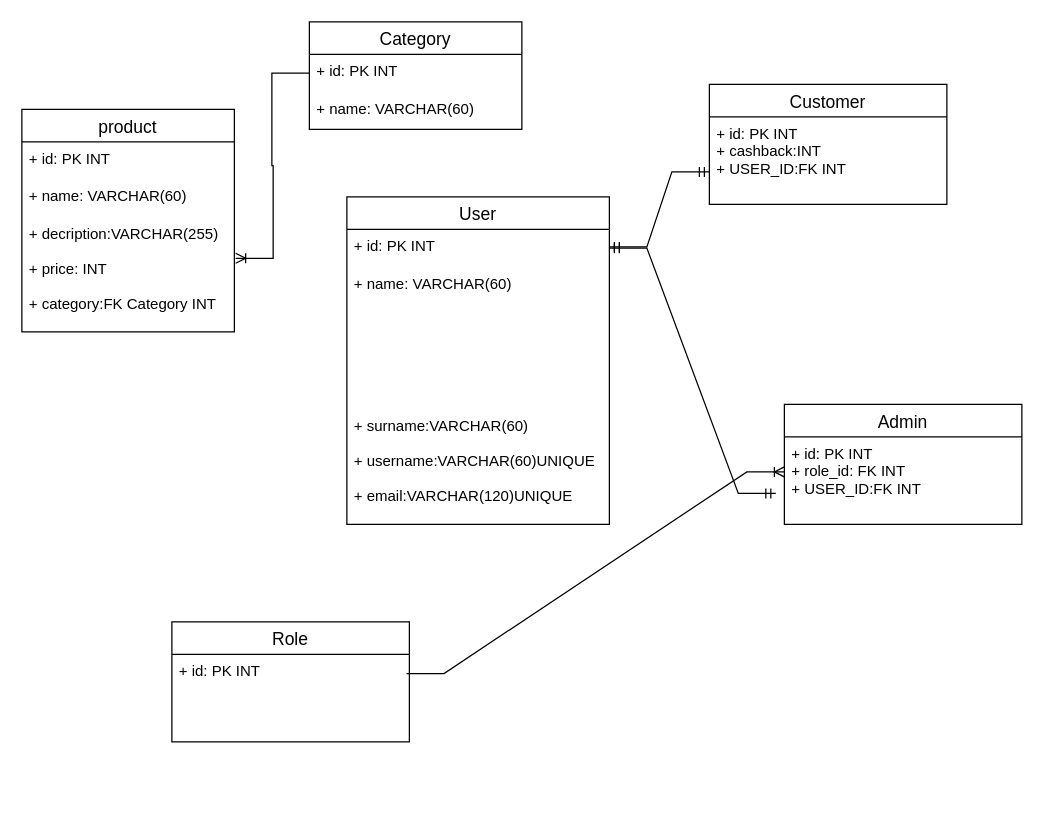
This is orm.drawio from skskyess/backend_1, a draw.io file, before an edit. Source tidied: cells renumbered, new cells numbered last; positions are measured from the earlier drawing's top-left corner, leaving out a move shared by most shapes. Both pictures are drawn from the tidied source at 125%, with x=0, y=0 at pixel (21, 21).
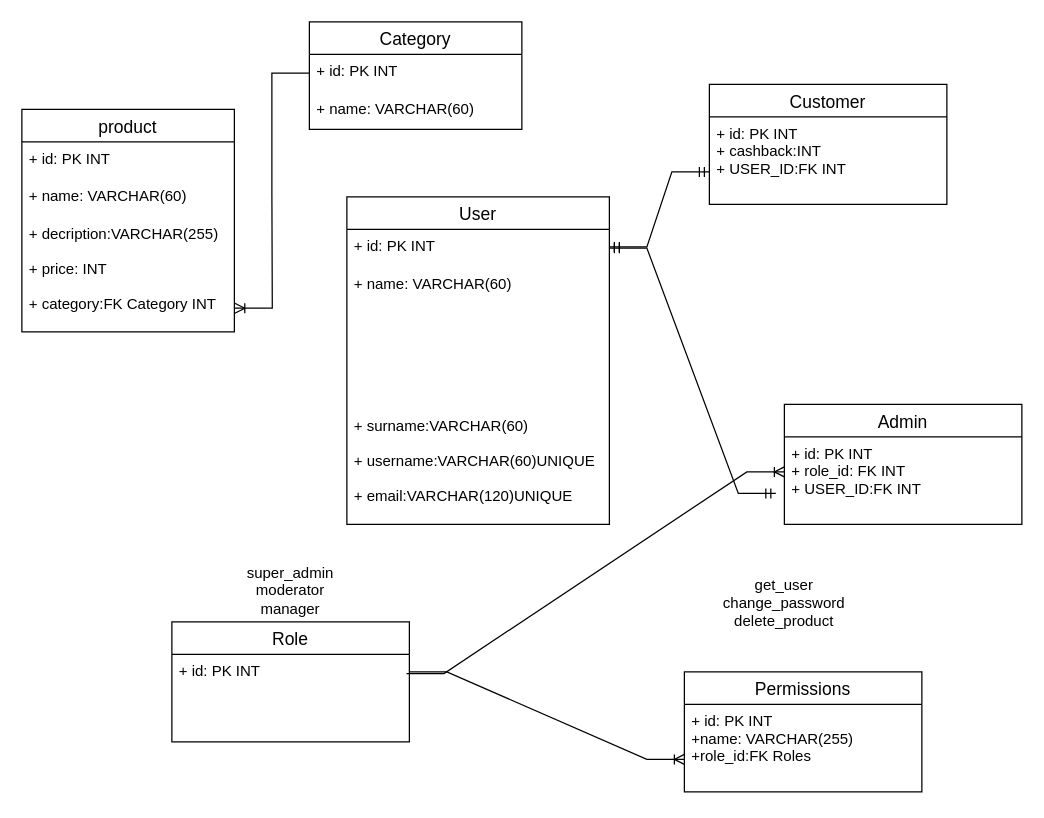
The same page after the edit.

Unchanged cells that the change refers to:
```xml
<mxCell id="5" value="+ decription:VARCHAR(255)&#10;&#10;+ price: INT&#10;&#10;+ category:FK Category INT" style="text;strokeColor=none;fillColor=none;spacingLeft=4;spacingRight=4;overflow=hidden;points=[[0,0.5],[1,0.5]];portConstraint=eastwest;fontSize=12;" parent="2" vertex="1">
  <mxGeometry y="86" width="170" height="92" as="geometry" />
</mxCell>
<mxCell id="7" value="+ id: PK INT" style="text;strokeColor=none;fillColor=none;spacingLeft=4;spacingRight=4;overflow=hidden;points=[[0,0.5],[1,0.5]];portConstraint=eastwest;fontSize=12;" parent="6" vertex="1">
  <mxGeometry y="26" width="170" height="30" as="geometry" />
</mxCell>
```

Change to the diagram source:
```diff
@@
-    <mxCell id="9" style="edgeStyle=entityRelationEdgeStyle;fontSize=12;html=1;endArrow=ERoneToMany;rounded=0;entryX=1.006;entryY=0.36;entryDx=0;entryDy=0;entryPerimeter=0;exitX=0;exitY=0.5;exitDx=0;exitDy=0;" parent="1" edge="1" source="7" target="5">
+    <mxCell id="9" style="edgeStyle=entityRelationEdgeStyle;fontSize=12;html=1;endArrow=ERoneToMany;rounded=0;entryX=1.002;entryY=0.794;entryDx=0;entryDy=0;entryPerimeter=0;exitX=0;exitY=0.5;exitDx=0;exitDy=0;" parent="1" edge="1" source="7" target="5">
       <mxGeometry relative="1" as="geometry" />
     </mxCell>
@@
+    <mxCell id="23" value="super_admin&lt;br&gt;moderator&lt;br&gt;manager" style="text;strokeColor=none;align=center;fillColor=none;html=1;verticalAlign=middle;whiteSpace=wrap;rounded=0;" parent="1" vertex="1">
+      <mxGeometry x="185" y="440" width="60" height="30" as="geometry" />
+    </mxCell>
+    <mxCell id="24" value="Permissions" style="swimlane;fontStyle=0;horizontal=1;startSize=26;align=center;fontSize=14;" parent="1" vertex="1">
+      <mxGeometry x="530" y="520" width="190" height="96" as="geometry" />
+    </mxCell>
+    <mxCell id="25" value="+ id: PK INT&#10;+name: VARCHAR(255)&#10;+role_id:FK Roles" style="text;strokeColor=none;fillColor=none;spacingLeft=4;spacingRight=4;overflow=hidden;fontSize=12;" parent="24" vertex="1">
+      <mxGeometry y="26" width="190" height="70" as="geometry" />
+    </mxCell>
+    <mxCell id="26" value="get_user&lt;br&gt;change_password&lt;br&gt;delete_product" style="text;strokeColor=none;align=center;fillColor=none;html=1;verticalAlign=middle;whiteSpace=wrap;rounded=0;" parent="1" vertex="1">
+      <mxGeometry x="580" y="450" width="60" height="30" as="geometry" />
+    </mxCell>
+    <mxCell id="27" style="edgeStyle=entityRelationEdgeStyle;fontSize=12;html=1;endArrow=ERoneToMany;rounded=0;" parent="1" edge="1">
+      <mxGeometry relative="1" as="geometry">
+        <mxPoint x="310" y="520" as="sourcePoint" />
+        <mxPoint x="530" y="590" as="targetPoint" />
+      </mxGeometry>
+    </mxCell>
```
